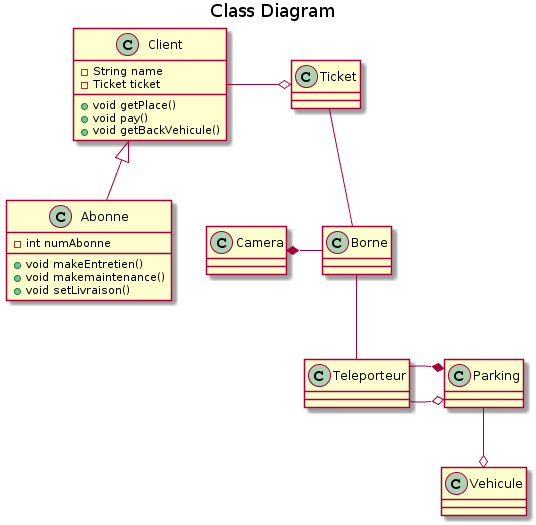
Earlier version of the PlantUML export Documentation/classV1.png (YoannGa/PTUT2018).
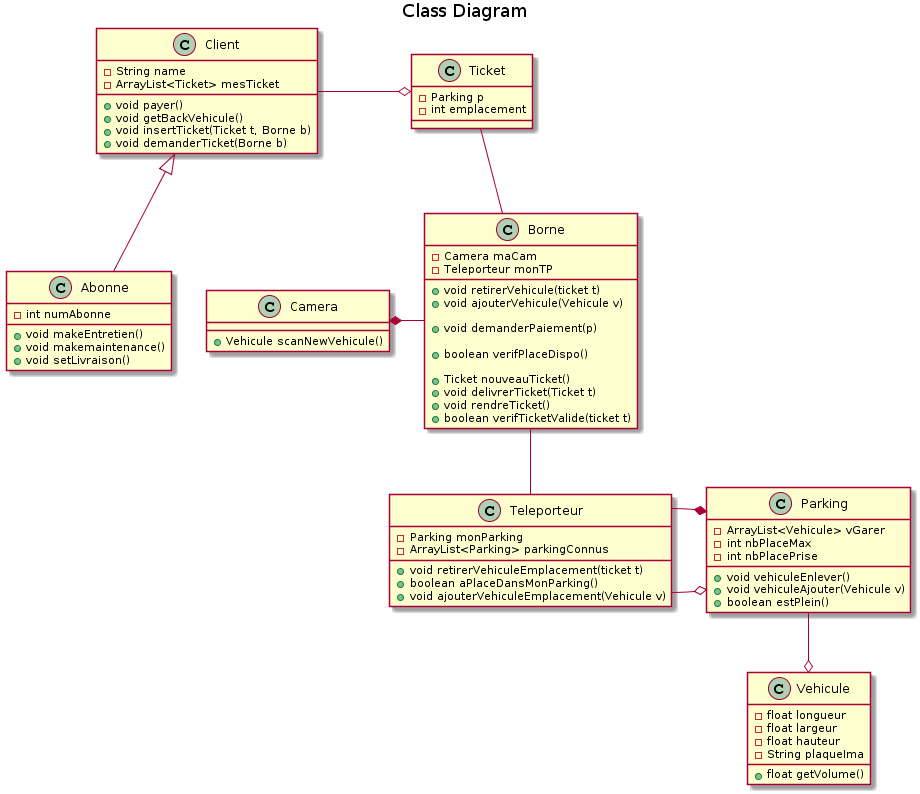
The same diagram one commit later.

Commit message:
CLASS : class avec methodes et attributs

The edit, as a diff of the source:
```diff
@@ -4,10 +4,11 @@
 
 class Client {
   - String name
-  - Ticket ticket
-  +void getPlace()
-  +void pay()
+  - ArrayList<Ticket> mesTicket
+  +void payer()
   +void getBackVehicule()
+  +void insertTicket(Ticket t, Borne b)
+  + void demanderTicket(Borne b)
 }
 
 class Abonne {
@@ -18,28 +19,56 @@
 }
 
 class Teleporteur{
-
+  -Parking monParking
+  -ArrayList<Parking> parkingConnus
+  + void retirerVehiculeEmplacement(ticket t)
+  + boolean aPlaceDansMonParking()
+  + void ajouterVehiculeEmplacement(Vehicule v)
 }
 
 class Parking{
-
+  - ArrayList<Vehicule> vGarer
+  - int nbPlaceMax
+  - int nbPlacePrise
+  + void vehiculeEnlever()
+  + void vehiculeAjouter(Vehicule v)
+  + boolean estPlein()
 }
 
 class Borne{
+  -Camera maCam
+  -Teleporteur monTP
+
+  + void retirerVehicule(ticket t)
+  + void ajouterVehicule(Vehicule v)
+
+  + void demanderPaiement(p)
+
+  + boolean verifPlaceDispo()
+
+  + Ticket nouveauTicket()
+  + void delivrerTicket(Ticket t)
+  + void rendreTicket()
+  + boolean verifTicketValide(ticket t)
 
 }
 
 class Camera{
-
+  +Vehicule scanNewVehicule()
 
 }
 
 class Vehicule{
-
+  -float longueur
+  -float largeur
+  -float hauteur
+  -String plaqueIma
+  +float getVolume()
 }
 
 class Ticket{
-
+  -Parking p
+  -int emplacement
 }
 
 Parking --o Vehicule
```
